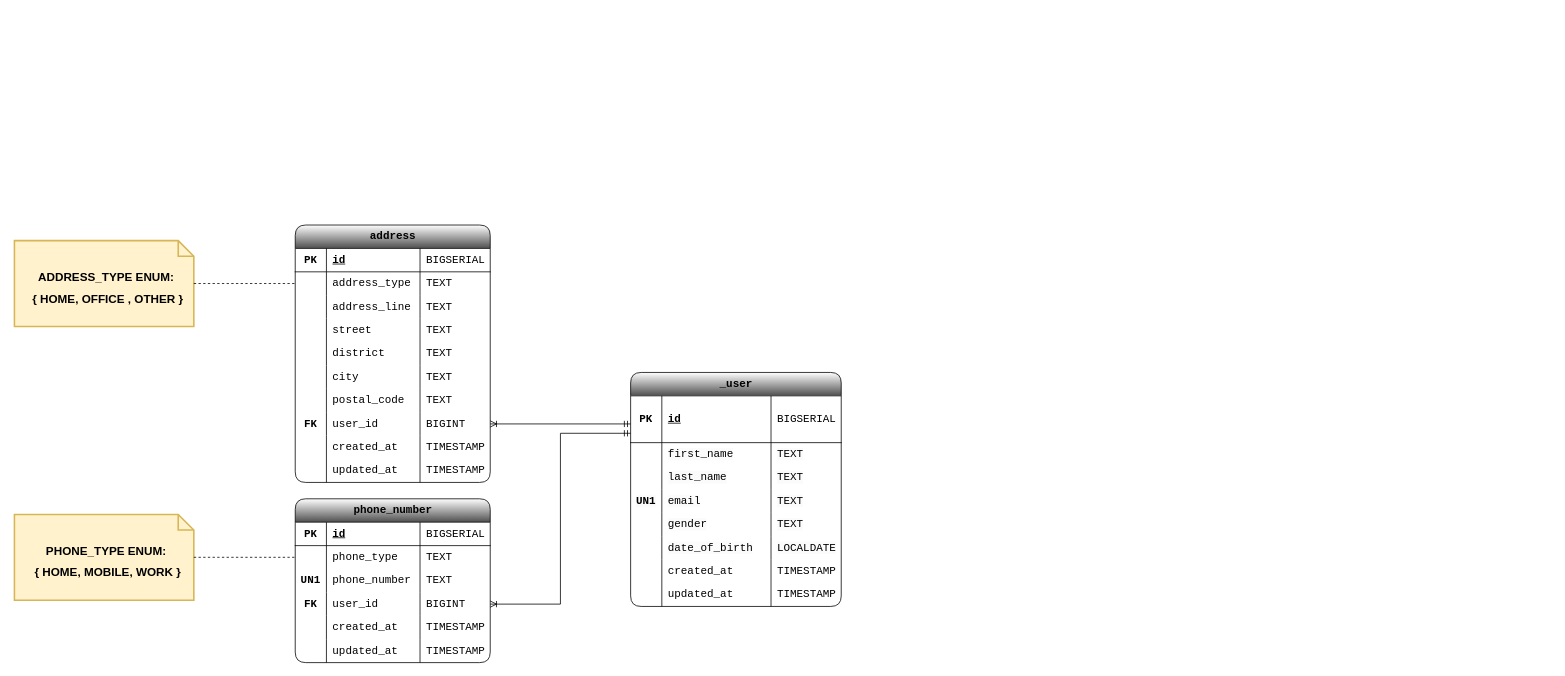
Above: database.drawio in AnilPirincoglu/ecommerce-backend (draw.io), before the change. Source tidied: cells renumbered, new cells numbered last; positions are measured from the earlier drawing's top-left corner, leaving out a move shared by most shapes. Both pictures are drawn from the tidied source at 78%, with x=0, y=0 at pixel (14, 225).
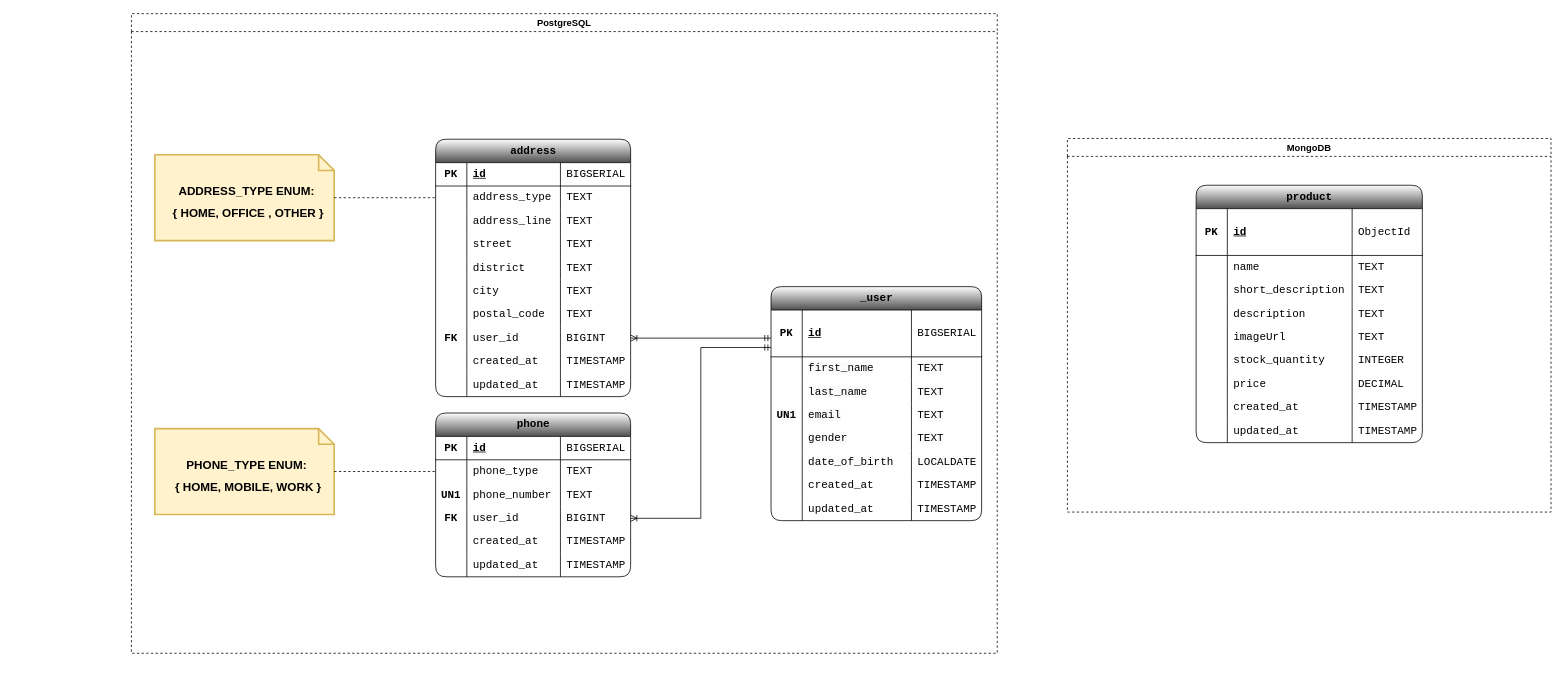
Above is the later version.

Commit message:
Update database diagram for new table product

Unchanged cells that the change refers to:
```xml
<mxCell id="4" value="PK" style="shape=partialRectangle;fillColor=none;top=0;left=0;bottom=0;right=0;fontStyle=1;overflow=hidden;html=1;fontFamily=Courier New;fontSize=14;verticalAlign=middle;fontColor=default;labelBackgroundColor=default;perimeter=rectanglePerimeter;snapToPoint=0;fixDash=0;points=[[0,0.2,0,0,0],[0,0.4,0,0,0],[0,0.6,0,0,0],[0,0.8,0,0,0]];" parent="3" vertex="1">
  <mxGeometry width="40" height="60" as="geometry" />
</mxCell>
<mxCell id="40" style="shape=tableRow;horizontal=0;startSize=0;swimlaneHead=0;swimlaneBody=0;fillColor=none;points=[[0,0.5],[1,0.5]];portConstraint=eastwest;top=0;left=0;right=0;bottom=0;html=1;fontFamily=Courier New;fontSize=14;verticalAlign=middle;fontColor=default;labelBackgroundColor=default;" parent="35" vertex="1">
  <mxGeometry y="60" width="250" height="30" as="geometry" />
</mxCell>
<mxCell id="48" style="shape=tableRow;horizontal=0;startSize=0;swimlaneHead=0;swimlaneBody=0;fillColor=none;points=[[0,0.5],[1,0.5]];portConstraint=eastwest;top=0;left=0;right=0;bottom=0;html=1;fontFamily=Courier New;fontSize=14;verticalAlign=middle;fontColor=default;labelBackgroundColor=default;" parent="35" vertex="1">
  <mxGeometry y="120" width="250" height="30" as="geometry" />
</mxCell>
<mxCell id="68" style="shape=tableRow;horizontal=0;startSize=0;swimlaneHead=0;swimlaneBody=0;fillColor=none;points=[[0,0.5],[1,0.5]];portConstraint=eastwest;top=0;left=0;right=0;bottom=0;html=1;fontFamily=Courier New;fontSize=14;verticalAlign=middle;fontColor=default;labelBackgroundColor=default;" parent="63" vertex="1">
  <mxGeometry y="60" width="250" height="30" as="geometry" />
</mxCell>
<mxCell id="92" style="shape=tableRow;horizontal=0;startSize=0;swimlaneHead=0;swimlaneBody=0;fillColor=none;points=[[0,0.5],[1,0.5]];portConstraint=eastwest;top=0;left=0;right=0;bottom=0;html=1;fontFamily=Courier New;fontSize=14;verticalAlign=middle;fontColor=default;labelBackgroundColor=default;" parent="63" vertex="1">
  <mxGeometry y="240" width="250" height="30" as="geometry" />
</mxCell>
```

The edit, as a diff of the source:
```diff
@@
+    <mxCell id="107" style="group;" parent="1" vertex="1">
+      <mxGeometry x="1350" y="-111" width="620" height="479" as="geometry" />
+    </mxCell>
+    <mxCell id="108" value="&lt;span style=&quot;text-wrap: wrap; font-size: 14px;&quot;&gt;product&lt;/span&gt;" style="shape=table;startSize=30;childLayout=tableLayout;rowLines=0;fontStyle=1;align=center;html=1;rounded=1;swimlaneFillColor=default;swimlaneLine=1;shadow=0;gradientDirection=south;gradientColor=#4f4f4f;fontFamily=Courier New;fontSize=14;verticalAlign=middle;" parent="107" vertex="1">
+      <mxGeometry x="165" y="60" width="290" height="330" as="geometry" />
+    </mxCell>
+    <mxCell id="109" style="shape=tableRow;horizontal=0;startSize=0;swimlaneHead=0;swimlaneBody=0;fillColor=none;top=0;left=0;right=0;bottom=1;fontFamily=Courier New;fontSize=14;verticalAlign=middle;" parent="108" vertex="1">
+      <mxGeometry y="30" width="290" height="60" as="geometry" />
+    </mxCell>
+    <mxCell id="110" value="PK" style="shape=partialRectangle;fillColor=none;top=0;left=0;bottom=0;right=0;fontStyle=1;overflow=hidden;html=1;fontFamily=Courier New;fontSize=14;verticalAlign=middle;" parent="109" vertex="1">
+      <mxGeometry width="40" height="60" as="geometry" />
+    </mxCell>
+    <mxCell id="111" value="id" style="shape=partialRectangle;fillColor=none;top=0;left=0;bottom=0;right=0;align=left;spacingLeft=6;fontStyle=5;overflow=hidden;html=1;fontFamily=Courier New;fontSize=14;verticalAlign=middle;" parent="109" vertex="1">
+      <mxGeometry x="40" width="160" height="60" as="geometry" />
+    </mxCell>
+    <mxCell id="112" value="ObjectId" style="shape=partialRectangle;fillColor=none;top=0;left=0;bottom=0;right=0;align=left;spacingLeft=6;fontStyle=0;overflow=hidden;html=1;fontFamily=Courier New;fontSize=14;verticalAlign=middle;" parent="109" vertex="1">
+      <mxGeometry x="200" width="90" height="60" as="geometry" />
+    </mxCell>
+    <mxCell id="113" style="shape=tableRow;horizontal=0;startSize=0;swimlaneHead=0;swimlaneBody=0;fillColor=none;top=0;left=0;right=0;bottom=0;fontFamily=Courier New;fontSize=14;verticalAlign=middle;" parent="108" vertex="1">
+      <mxGeometry y="90" width="290" height="30" as="geometry" />
+    </mxCell>
+    <mxCell id="114" style="shape=partialRectangle;fillColor=none;top=0;left=0;bottom=0;right=0;overflow=hidden;html=1;fontFamily=Courier New;fontSize=14;verticalAlign=middle;" parent="113" vertex="1">
+      <mxGeometry width="40" height="30" as="geometry" />
+    </mxCell>
+    <mxCell id="115" value="name" style="shape=partialRectangle;fillColor=none;top=0;left=0;bottom=0;right=0;align=left;spacingLeft=6;overflow=hidden;html=1;fontFamily=Courier New;fontSize=14;verticalAlign=middle;" parent="113" vertex="1">
+      <mxGeometry x="40" width="160" height="30" as="geometry" />
+    </mxCell>
+    <mxCell id="116" value="TEXT" style="shape=partialRectangle;fillColor=none;top=0;left=0;bottom=0;right=0;align=left;spacingLeft=6;overflow=hidden;html=1;fontFamily=Courier New;fontSize=14;verticalAlign=middle;" parent="113" vertex="1">
+      <mxGeometry x="200" width="90" height="30" as="geometry" />
+    </mxCell>
+    <mxCell id="117" style="shape=tableRow;horizontal=0;startSize=0;swimlaneHead=0;swimlaneBody=0;fillColor=none;top=0;left=0;right=0;bottom=0;fontFamily=Courier New;fontSize=14;verticalAlign=middle;" parent="108" vertex="1">
+      <mxGeometry y="120" width="290" height="30" as="geometry" />
+    </mxCell>
+    <mxCell id="118" style="shape=partialRectangle;fillColor=none;top=0;left=0;bottom=0;right=0;overflow=hidden;html=1;fontFamily=Courier New;fontSize=14;verticalAlign=middle;" parent="117" vertex="1">
+      <mxGeometry width="40" height="30" as="geometry" />
+    </mxCell>
+    <mxCell id="119" value="short_description" style="shape=partialRectangle;fillColor=none;top=0;left=0;bottom=0;right=0;align=left;spacingLeft=6;overflow=hidden;html=1;fontFamily=Courier New;fontSize=14;verticalAlign=middle;" parent="117" vertex="1">
+      <mxGeometry x="40" width="160" height="30" as="geometry" />
+    </mxCell>
+    <mxCell id="120" value="TEXT" style="shape=partialRectangle;fillColor=none;top=0;left=0;bottom=0;right=0;align=left;spacingLeft=6;overflow=hidden;html=1;fontFamily=Courier New;fontSize=14;verticalAlign=middle;" parent="117" vertex="1">
+      <mxGeometry x="200" width="90" height="30" as="geometry" />
+    </mxCell>
+    <mxCell id="121" style="shape=tableRow;horizontal=0;startSize=0;swimlaneHead=0;swimlaneBody=0;fillColor=none;top=0;left=0;right=0;bottom=0;fontFamily=Courier New;fontSize=14;verticalAlign=middle;" parent="108" vertex="1">
+      <mxGeometry y="150" width="290" height="30" as="geometry" />
+    </mxCell>
+    <mxCell id="122" style="shape=partialRectangle;fillColor=none;top=0;left=0;bottom=0;right=0;overflow=hidden;html=1;fontFamily=Courier New;fontSize=14;verticalAlign=middle;" parent="121" vertex="1">
+      <mxGeometry width="40" height="30" as="geometry" />
+    </mxCell>
+    <mxCell id="123" value="description" style="shape=partialRectangle;fillColor=none;top=0;left=0;bottom=0;right=0;align=left;spacingLeft=6;overflow=hidden;html=1;fontFamily=Courier New;fontSize=14;verticalAlign=middle;" parent="121" vertex="1">
+      <mxGeometry x="40" width="160" height="30" as="geometry" />
+    </mxCell>
+    <mxCell id="124" value="TEXT" style="shape=partialRectangle;fillColor=none;top=0;left=0;bottom=0;right=0;align=left;spacingLeft=6;overflow=hidden;html=1;fontFamily=Courier New;fontSize=14;verticalAlign=middle;" parent="121" vertex="1">
+      <mxGeometry x="200" width="90" height="30" as="geometry" />
+    </mxCell>
+    <mxCell id="125" style="shape=tableRow;horizontal=0;startSize=0;swimlaneHead=0;swimlaneBody=0;fillColor=none;top=0;left=0;right=0;bottom=0;fontFamily=Courier New;fontSize=14;verticalAlign=middle;" parent="108" vertex="1">
+      <mxGeometry y="180" width="290" height="30" as="geometry" />
+    </mxCell>
+    <mxCell id="126" style="shape=partialRectangle;fillColor=none;top=0;left=0;bottom=0;right=0;overflow=hidden;html=1;fontFamily=Courier New;fontSize=14;verticalAlign=middle;" parent="125" vertex="1">
+      <mxGeometry width="40" height="30" as="geometry" />
+    </mxCell>
+    <mxCell id="127" value="imageUrl" style="shape=partialRectangle;fillColor=none;top=0;left=0;bottom=0;right=0;align=left;spacingLeft=6;overflow=hidden;html=1;fontFamily=Courier New;fontSize=14;verticalAlign=middle;" parent="125" vertex="1">
+      <mxGeometry x="40" width="160" height="30" as="geometry" />
+    </mxCell>
+    <mxCell id="128" value="TEXT" style="shape=partialRectangle;fillColor=none;top=0;left=0;bottom=0;right=0;align=left;spacingLeft=6;overflow=hidden;html=1;fontFamily=Courier New;fontSize=14;verticalAlign=middle;" parent="125" vertex="1">
+      <mxGeometry x="200" width="90" height="30" as="geometry" />
+    </mxCell>
+    <mxCell id="129" style="shape=tableRow;horizontal=0;startSize=0;swimlaneHead=0;swimlaneBody=0;fillColor=none;top=0;left=0;right=0;bottom=0;fontFamily=Courier New;fontSize=14;verticalAlign=middle;" parent="108" vertex="1">
+      <mxGeometry y="210" width="290" height="30" as="geometry" />
+    </mxCell>
+    <mxCell id="130" style="shape=partialRectangle;fillColor=none;top=0;left=0;bottom=0;right=0;overflow=hidden;html=1;fontFamily=Courier New;fontSize=14;verticalAlign=middle;" parent="129" vertex="1">
+      <mxGeometry width="40" height="30" as="geometry" />
+    </mxCell>
+    <mxCell id="131" value="stock_quantity" style="shape=partialRectangle;fillColor=none;top=0;left=0;bottom=0;right=0;align=left;spacingLeft=6;overflow=hidden;html=1;fontFamily=Courier New;fontSize=14;verticalAlign=middle;" parent="129" vertex="1">
+      <mxGeometry x="40" width="160" height="30" as="geometry" />
+    </mxCell>
+    <mxCell id="132" value="INTEGER" style="shape=partialRectangle;fillColor=none;top=0;left=0;bottom=0;right=0;align=left;spacingLeft=6;overflow=hidden;html=1;fontFamily=Courier New;fontSize=14;verticalAlign=middle;" parent="129" vertex="1">
+      <mxGeometry x="200" width="90" height="30" as="geometry" />
+    </mxCell>
+    <mxCell id="133" style="shape=tableRow;horizontal=0;startSize=0;swimlaneHead=0;swimlaneBody=0;fillColor=none;top=0;left=0;right=0;bottom=0;fontFamily=Courier New;fontSize=14;verticalAlign=middle;" parent="108" vertex="1">
+      <mxGeometry y="240" width="290" height="30" as="geometry" />
+    </mxCell>
+    <mxCell id="134" style="shape=partialRectangle;fillColor=none;top=0;left=0;bottom=0;right=0;overflow=hidden;html=1;fontFamily=Courier New;fontSize=14;verticalAlign=middle;" parent="133" vertex="1">
+      <mxGeometry width="40" height="30" as="geometry" />
+    </mxCell>
+    <mxCell id="135" value="price" style="shape=partialRectangle;fillColor=none;top=0;left=0;bottom=0;right=0;align=left;spacingLeft=6;overflow=hidden;html=1;fontFamily=Courier New;fontSize=14;verticalAlign=middle;" parent="133" vertex="1">
+      <mxGeometry x="40" width="160" height="30" as="geometry" />
+    </mxCell>
+    <mxCell id="136" value="DECIMAL" style="shape=partialRectangle;fillColor=none;top=0;left=0;bottom=0;right=0;align=left;spacingLeft=6;overflow=hidden;html=1;fontFamily=Courier New;fontSize=14;verticalAlign=middle;" parent="133" vertex="1">
+      <mxGeometry x="200" width="90" height="30" as="geometry" />
+    </mxCell>
+    <mxCell id="137" style="shape=tableRow;horizontal=0;startSize=0;swimlaneHead=0;swimlaneBody=0;fillColor=none;top=0;left=0;right=0;bottom=0;fontFamily=Courier New;fontSize=14;verticalAlign=middle;" parent="108" vertex="1">
+      <mxGeometry y="270" width="290" height="30" as="geometry" />
+    </mxCell>
+    <mxCell id="138" style="shape=partialRectangle;fillColor=none;top=0;left=0;bottom=0;right=0;overflow=hidden;html=1;fontFamily=Courier New;fontSize=14;verticalAlign=middle;" parent="137" vertex="1">
+      <mxGeometry width="40" height="30" as="geometry" />
+    </mxCell>
+    <mxCell id="139" value="created_at" style="shape=partialRectangle;fillColor=none;top=0;left=0;bottom=0;right=0;align=left;spacingLeft=6;overflow=hidden;html=1;fontFamily=Courier New;fontSize=14;verticalAlign=middle;" parent="137" vertex="1">
+      <mxGeometry x="40" width="160" height="30" as="geometry" />
+    </mxCell>
+    <mxCell id="140" value="TIMESTAMP" style="shape=partialRectangle;fillColor=none;top=0;left=0;bottom=0;right=0;align=left;spacingLeft=6;overflow=hidden;html=1;fontFamily=Courier New;fontSize=14;verticalAlign=middle;" parent="137" vertex="1">
+      <mxGeometry x="200" width="90" height="30" as="geometry" />
+    </mxCell>
+    <mxCell id="141" style="shape=tableRow;horizontal=0;startSize=0;swimlaneHead=0;swimlaneBody=0;fillColor=none;top=0;left=0;right=0;bottom=0;fontFamily=Courier New;fontSize=14;verticalAlign=middle;" parent="108" vertex="1">
+      <mxGeometry y="300" width="290" height="30" as="geometry" />
+    </mxCell>
+    <mxCell id="142" style="shape=partialRectangle;fillColor=none;top=0;left=0;bottom=0;right=0;overflow=hidden;html=1;fontFamily=Courier New;fontSize=14;verticalAlign=middle;" parent="141" vertex="1">
+      <mxGeometry width="40" height="30" as="geometry" />
+    </mxCell>
+    <mxCell id="143" value="updated_at" style="shape=partialRectangle;fillColor=none;top=0;left=0;bottom=0;right=0;align=left;spacingLeft=6;overflow=hidden;html=1;fontFamily=Courier New;fontSize=14;verticalAlign=middle;" parent="141" vertex="1">
+      <mxGeometry x="40" width="160" height="30" as="geometry" />
+    </mxCell>
+    <mxCell id="144" value="TIMESTAMP" style="shape=partialRectangle;fillColor=none;top=0;left=0;bottom=0;right=0;align=left;spacingLeft=6;overflow=hidden;html=1;fontFamily=Courier New;fontSize=14;verticalAlign=middle;" parent="141" vertex="1">
+      <mxGeometry x="200" width="90" height="30" as="geometry" />
+    </mxCell>
+    <mxCell id="145" value="MongoDB" style="swimlane;whiteSpace=wrap;html=1;gradientColor=none;swimlaneFillColor=none;dashed=1;" parent="107" vertex="1">
+      <mxGeometry width="620" height="479" as="geometry" />
+    </mxCell>
+    <mxCell id="146" style="group;" parent="1" vertex="1">
+      <mxGeometry x="150" y="-271" width="1110" height="820" as="geometry" />
+    </mxCell>
-    <mxCell id="2" value="_user" style="shape=table;startSize=30;childLayout=tableLayout;rowLines=0;fontStyle=1;align=center;html=1;rounded=1;swimlaneFillColor=default;swimlaneLine=1;shadow=0;gradientDirection=south;gradientColor=#4F4F4F;fontFamily=Courier New;fontSize=14;verticalAlign=middle;fontColor=default;labelBackgroundColor=none;" parent="1" vertex="1">
-      <mxGeometry x="790" y="189" width="270" height="300" as="geometry" />
+    <mxCell id="2" value="_user" style="shape=table;startSize=30;childLayout=tableLayout;rowLines=0;fontStyle=1;align=center;html=1;rounded=1;swimlaneFillColor=default;swimlaneLine=1;shadow=0;gradientDirection=south;gradientColor=#4F4F4F;fontFamily=Courier New;fontSize=14;verticalAlign=middle;fontColor=default;labelBackgroundColor=none;" parent="146" vertex="1">
+      <mxGeometry x="820" y="350" width="270" height="300" as="geometry" />
     </mxCell>
@@
-    <mxCell id="35" value="phone_number" style="shape=table;startSize=30;childLayout=tableLayout;rowLines=0;fontStyle=1;align=center;html=1;rounded=1;swimlaneFillColor=default;gradientColor=#4f4f4f;fontFamily=Courier New;fontSize=14;verticalAlign=middle;fontColor=default;labelBackgroundColor=none;" parent="1" vertex="1">
-      <mxGeometry x="360" y="351" width="250" height="210" as="geometry" />
+    <mxCell id="35" value="phone" style="shape=table;startSize=30;childLayout=tableLayout;rowLines=0;fontStyle=1;align=center;html=1;rounded=1;swimlaneFillColor=default;gradientColor=#4f4f4f;fontFamily=Courier New;fontSize=14;verticalAlign=middle;fontColor=default;labelBackgroundColor=none;" parent="146" vertex="1">
+      <mxGeometry x="390" y="512" width="250" height="210" as="geometry" />
     </mxCell>
@@
-    <mxCell id="60" style="edgeStyle=orthogonalEdgeStyle;rounded=0;jettySize=auto;html=1;entryX=0;entryY=0.8;entryDx=0;entryDy=0;entryPerimeter=0;endArrow=ERmandOne;endFill=0;startArrow=ERoneToMany;startFill=0;" parent="1" edge="1" source="48" target="4">
+    <mxCell id="60" style="edgeStyle=orthogonalEdgeStyle;rounded=0;jettySize=auto;html=1;entryX=0;entryY=0.8;entryDx=0;entryDy=0;entryPerimeter=0;endArrow=ERmandOne;endFill=0;startArrow=ERoneToMany;startFill=0;" parent="146" edge="1" source="48" target="4">
       <mxGeometry relative="1" as="geometry" />
     </mxCell>
-    <mxCell id="61" value="&lt;p style=&quot;color: rgb(0, 0, 0); font-size: 15px; margin: 10px 0px 0px 10px;&quot;&gt;&lt;b&gt;PHONE_TYPE ENUM:&amp;nbsp;&lt;/b&gt;&lt;/p&gt;&lt;p style=&quot;color: rgb(0, 0, 0); font-size: 15px; margin: 10px 0px 0px 10px;&quot;&gt;&lt;b&gt;{ HOME, MOBILE, WORK }&lt;/b&gt;&lt;/p&gt;" style="shape=note;strokeWidth=2;fontSize=14;size=20;whiteSpace=wrap;html=1;fillColor=#fff2cc;strokeColor=#d6b656;fontColor=#666600;fontFamily=Helvetica;labelBackgroundColor=none;" parent="1" vertex="1">
-      <mxGeometry y="371" width="230" height="110" as="geometry" />
+    <mxCell id="61" value="&lt;p style=&quot;color: rgb(0, 0, 0); font-size: 15px; margin: 10px 0px 0px 10px;&quot;&gt;&lt;b&gt;PHONE_TYPE ENUM:&amp;nbsp;&lt;/b&gt;&lt;/p&gt;&lt;p style=&quot;color: rgb(0, 0, 0); font-size: 15px; margin: 10px 0px 0px 10px;&quot;&gt;&lt;b&gt;{ HOME, MOBILE, WORK }&lt;/b&gt;&lt;/p&gt;" style="shape=note;strokeWidth=2;fontSize=14;size=20;whiteSpace=wrap;html=1;fillColor=#fff2cc;strokeColor=#d6b656;fontColor=#666600;fontFamily=Helvetica;labelBackgroundColor=none;" parent="146" vertex="1">
+      <mxGeometry x="30" y="532" width="230" height="110" as="geometry" />
     </mxCell>
-    <mxCell id="62" style="rounded=0;endArrow=none;dashed=1;html=1;strokeColor=default;align=center;verticalAlign=middle;fontFamily=Helvetica;fontSize=11;fontColor=default;labelBackgroundColor=default;edgeStyle=elbowEdgeStyle;" parent="1" edge="1" source="61" target="40">
+    <mxCell id="62" style="rounded=0;endArrow=none;dashed=1;html=1;strokeColor=default;align=center;verticalAlign=middle;fontFamily=Helvetica;fontSize=11;fontColor=default;labelBackgroundColor=default;edgeStyle=elbowEdgeStyle;" parent="146" edge="1" source="61" target="40">
       <mxGeometry relative="1" as="geometry" />
     </mxCell>
-    <mxCell id="63" value="address" style="shape=table;startSize=30;childLayout=tableLayout;rowLines=0;fontStyle=1;align=center;html=1;rounded=1;swimlaneFillColor=default;gradientColor=#4f4f4f;fontFamily=Courier New;fontSize=14;verticalAlign=middle;fontColor=default;labelBackgroundColor=none;" parent="1" vertex="1">
-      <mxGeometry x="360" width="250" height="330" as="geometry" />
+    <mxCell id="63" value="address" style="shape=table;startSize=30;childLayout=tableLayout;rowLines=0;fontStyle=1;align=center;html=1;rounded=1;swimlaneFillColor=default;gradientColor=#4f4f4f;fontFamily=Courier New;fontSize=14;verticalAlign=middle;fontColor=default;labelBackgroundColor=none;" parent="146" vertex="1">
+      <mxGeometry x="390" y="161" width="250" height="330" as="geometry" />
     </mxCell>
@@
-    <mxCell id="104" style="edgeStyle=orthogonalEdgeStyle;rounded=0;jettySize=auto;html=1;exitX=1;exitY=0.5;exitDx=0;exitDy=0;entryX=0;entryY=0.6;entryDx=0;entryDy=0;entryPerimeter=0;endArrow=ERmandOne;endFill=0;startArrow=ERoneToMany;startFill=0;" parent="1" edge="1" source="92" target="4">
+    <mxCell id="104" style="edgeStyle=orthogonalEdgeStyle;rounded=0;jettySize=auto;html=1;exitX=1;exitY=0.5;exitDx=0;exitDy=0;entryX=0;entryY=0.6;entryDx=0;entryDy=0;entryPerimeter=0;endArrow=ERmandOne;endFill=0;startArrow=ERoneToMany;startFill=0;" parent="146" edge="1" source="92" target="4">
       <mxGeometry relative="1" as="geometry" />
     </mxCell>
-    <mxCell id="105" value="&lt;p style=&quot;color: rgb(0, 0, 0); font-size: 15px; margin: 10px 0px 0px 10px;&quot;&gt;&lt;b&gt;ADDRESS_TYPE ENUM:&amp;nbsp;&lt;/b&gt;&lt;/p&gt;&lt;p style=&quot;color: rgb(0, 0, 0); font-size: 15px; margin: 10px 0px 0px 10px;&quot;&gt;&lt;b&gt;{ HOME, OFFICE , OTHER }&lt;/b&gt;&lt;/p&gt;" style="shape=note;strokeWidth=2;fontSize=14;size=20;whiteSpace=wrap;html=1;fillColor=#fff2cc;strokeColor=#d6b656;fontColor=#666600;fontFamily=Helvetica;labelBackgroundColor=none;" parent="1" vertex="1">
-      <mxGeometry y="20" width="230" height="110" as="geometry" />
+    <mxCell id="105" value="&lt;p style=&quot;color: rgb(0, 0, 0); font-size: 15px; margin: 10px 0px 0px 10px;&quot;&gt;&lt;b&gt;ADDRESS_TYPE ENUM:&amp;nbsp;&lt;/b&gt;&lt;/p&gt;&lt;p style=&quot;color: rgb(0, 0, 0); font-size: 15px; margin: 10px 0px 0px 10px;&quot;&gt;&lt;b&gt;{ HOME, OFFICE , OTHER }&lt;/b&gt;&lt;/p&gt;" style="shape=note;strokeWidth=2;fontSize=14;size=20;whiteSpace=wrap;html=1;fillColor=#fff2cc;strokeColor=#d6b656;fontColor=#666600;fontFamily=Helvetica;labelBackgroundColor=none;" parent="146" vertex="1">
+      <mxGeometry x="30" y="181" width="230" height="110" as="geometry" />
     </mxCell>
-    <mxCell id="106" style="rounded=0;endArrow=none;dashed=1;html=1;strokeColor=default;align=center;verticalAlign=middle;fontFamily=Helvetica;fontSize=11;fontColor=default;labelBackgroundColor=default;edgeStyle=elbowEdgeStyle;" parent="1" edge="1" source="105" target="68">
+    <mxCell id="106" style="rounded=0;endArrow=none;dashed=1;html=1;strokeColor=default;align=center;verticalAlign=middle;fontFamily=Helvetica;fontSize=11;fontColor=default;labelBackgroundColor=default;edgeStyle=elbowEdgeStyle;" parent="146" edge="1" source="105" target="68">
       <mxGeometry relative="1" as="geometry" />
     </mxCell>
+    <mxCell id="147" value="PostgreSQL" style="swimlane;whiteSpace=wrap;html=1;gradientColor=none;swimlaneFillColor=none;dashed=1;" parent="146" vertex="1">
+      <mxGeometry width="1110" height="820" as="geometry" />
+    </mxCell>
```
